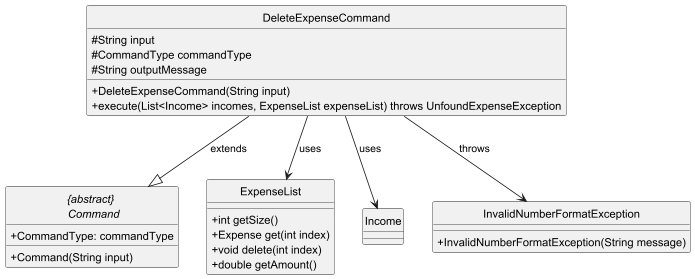
Before: docs/diagrams/DeleteExpenseCommandClass.png, a diagram exported from PlantUML (thienkimtranhoang/tp).
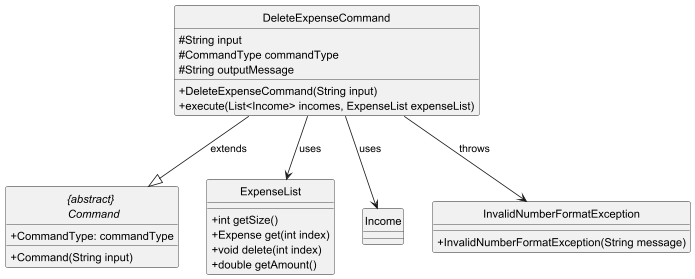
The same diagram one commit later.

Commit message:
update plantUML to include less details on exceptions in class diagrams

The edit, as a diff of the source:
```diff
@@ -9,7 +9,7 @@
         # CommandType commandType
         # String outputMessage
         + DeleteExpenseCommand(String input)
-        + execute(List<Income> incomes, ExpenseList expenseList) throws UnfoundExpenseException
+        + execute(List<Income> incomes, ExpenseList expenseList)
     }
     abstract class "{abstract} \n Command" {
         + CommandType: commandType
```
